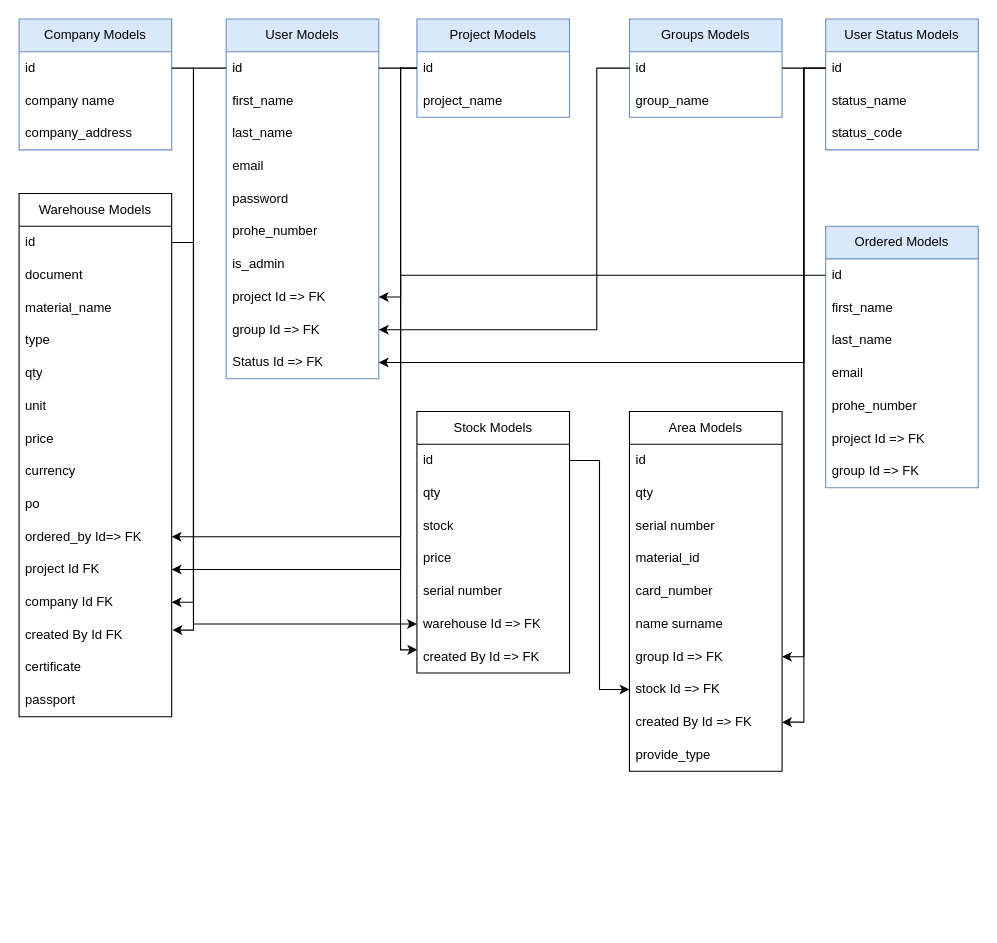
This is DatabaseDiagram.drawio from cavidanbagiri/warehouse-management-server, a draw.io file, before an edit. Source tidied: cells renumbered, new cells numbered last; positions are measured from the earlier drawing's top-left corner, leaving out a move shared by most shapes. Both pictures are drawn from the tidied source at 109%, with x=0, y=0 at pixel (19, 19).
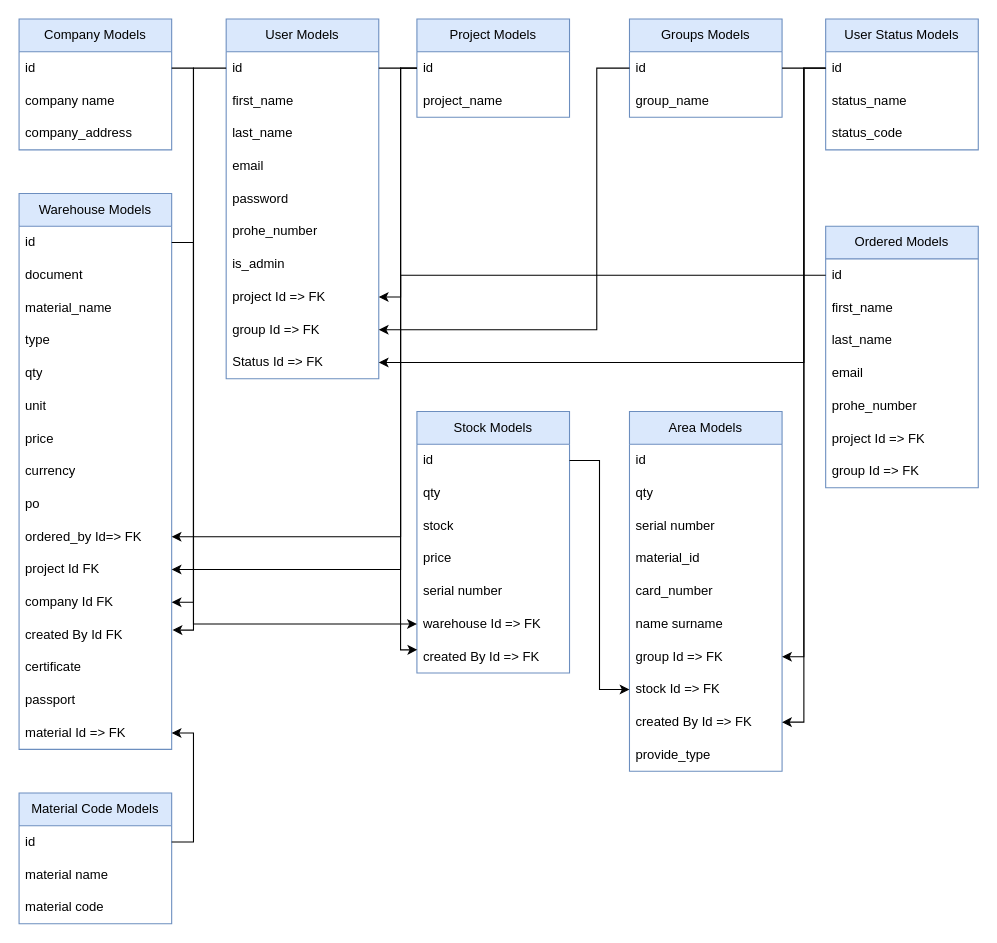
The same diagram, later.

Commit message (it also covers changes not shown here):
Create and provide material code models for warehousemodels

Change to the diagram source:
```diff
@@
-    <mxCell id="21" value="Warehouse Models" style="swimlane;fontStyle=0;horizontal=1;startSize=30;whiteSpace=wrap;html=1;" parent="1" vertex="1">
-      <mxGeometry y="160" width="140" height="480" as="geometry" />
+    <mxCell id="21" value="Warehouse Models" style="swimlane;fontStyle=0;horizontal=1;startSize=30;whiteSpace=wrap;html=1;fillColor=#dae8fc;strokeColor=#6c8ebf;" parent="1" vertex="1">
+      <mxGeometry y="160" width="140" height="510" as="geometry" />
     </mxCell>
@@
+    <mxCell id="82" value="material Id =&amp;gt; FK" style="text;strokeColor=none;fillColor=none;align=left;verticalAlign=middle;spacingLeft=4;spacingRight=4;overflow=hidden;points=[[0,0.5],[1,0.5]];portConstraint=eastwest;whiteSpace=wrap;html=1;" parent="21" vertex="1">
+      <mxGeometry y="480" width="140" height="30" as="geometry" />
+    </mxCell>
@@
-    <mxCell id="49" value="Stock Models" style="swimlane;fontStyle=0;horizontal=1;startSize=30;whiteSpace=wrap;html=1;" parent="1" vertex="1">
+    <mxCell id="49" value="Stock Models" style="swimlane;fontStyle=0;horizontal=1;startSize=30;whiteSpace=wrap;html=1;fillColor=#dae8fc;strokeColor=#6c8ebf;" parent="1" vertex="1">
       <mxGeometry x="365" y="360" width="140" height="240" as="geometry" />
     </mxCell>
@@
-    <mxCell id="59" value="Area Models" style="swimlane;fontStyle=0;horizontal=1;startSize=30;whiteSpace=wrap;html=1;" parent="1" vertex="1">
+    <mxCell id="59" value="Area Models" style="swimlane;fontStyle=0;horizontal=1;startSize=30;whiteSpace=wrap;html=1;fillColor=#dae8fc;strokeColor=#6c8ebf;" parent="1" vertex="1">
       <mxGeometry x="560" y="360" width="140" height="330" as="geometry" />
     </mxCell>
@@
+    <mxCell id="83" value="Material Code&amp;nbsp;&lt;span style=&quot;background-color: initial;&quot;&gt;Models&lt;/span&gt;" style="swimlane;fontStyle=0;horizontal=1;startSize=30;whiteSpace=wrap;html=1;fillColor=#dae8fc;strokeColor=#6c8ebf;" parent="1" vertex="1">
+      <mxGeometry y="710" width="140" height="120" as="geometry" />
+    </mxCell>
+    <mxCell id="84" value="id" style="text;strokeColor=none;fillColor=none;align=left;verticalAlign=middle;spacingLeft=4;spacingRight=4;overflow=hidden;points=[[0,0.5],[1,0.5]];portConstraint=eastwest;whiteSpace=wrap;html=1;" parent="83" vertex="1">
+      <mxGeometry y="30" width="140" height="30" as="geometry" />
+    </mxCell>
+    <mxCell id="85" value="material name" style="text;strokeColor=none;fillColor=none;align=left;verticalAlign=middle;spacingLeft=4;spacingRight=4;overflow=hidden;whiteSpace=wrap;html=1;" parent="83" vertex="1">
+      <mxGeometry y="60" width="140" height="30" as="geometry" />
+    </mxCell>
+    <mxCell id="86" value="material code" style="text;strokeColor=none;fillColor=none;align=left;verticalAlign=middle;spacingLeft=4;spacingRight=4;overflow=hidden;whiteSpace=wrap;html=1;" parent="83" vertex="1">
+      <mxGeometry y="90" width="140" height="30" as="geometry" />
+    </mxCell>
+    <mxCell id="87" style="edgeStyle=orthogonalEdgeStyle;rounded=0;jettySize=auto;html=1;entryX=1;entryY=0.5;entryDx=0;entryDy=0;" parent="1" edge="1" source="84" target="82">
+      <mxGeometry relative="1" as="geometry">
+        <Array as="points">
+          <mxPoint x="160" y="755" />
+          <mxPoint x="160" y="655" />
+        </Array>
+      </mxGeometry>
+    </mxCell>
```
